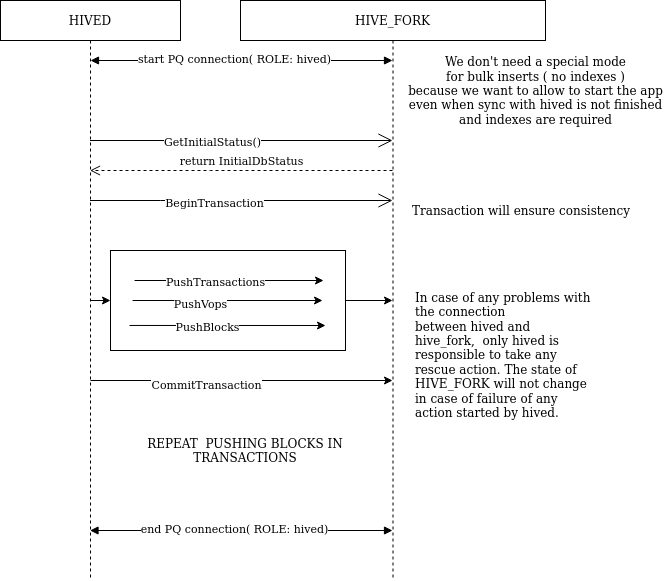
openhive-network/HAfAH keeps this draw.io diagram as doc/start_hived_hivefork.png. Above is the earlier version. Source tidied: cells renumbered, new cells last; positions are measured from the earlier drawing's top-left corner, leaving out a move shared by most shapes.
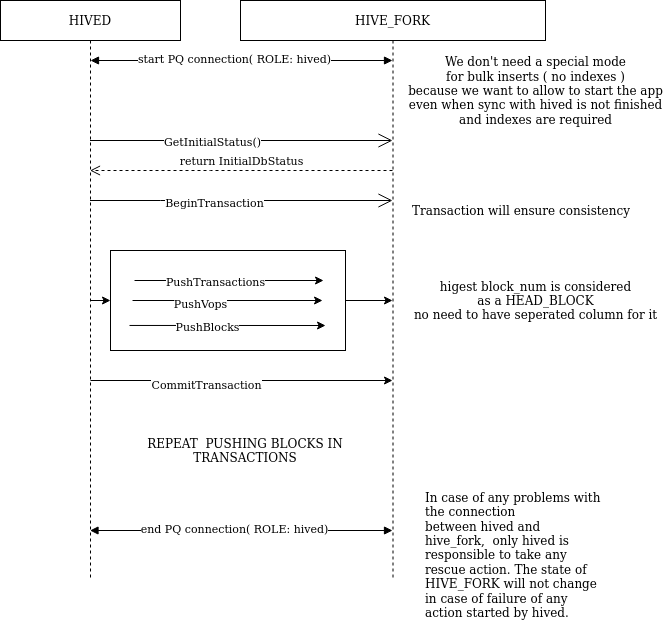
Later version of the same file.

Change to the diagram source:
```diff
@@ -22,7 +22,7 @@
       <mxGeometry x="240" width="305" height="580" as="geometry" />
     </mxCell>
     <mxCell id="7" value="&lt;div&gt;In case of any problems with the connection&lt;br&gt;&lt;/div&gt;&lt;div&gt;between hived and hive_fork,&amp;nbsp; only hived is responsible to take any rescue action. The state of HIVE_FORK will not change in case of failure of any action started by hived.&lt;br&gt;&lt;/div&gt;" style="text;html=1;strokeColor=none;fillColor=none;spacing=5;spacingTop=-20;whiteSpace=wrap;overflow=hidden;rounded=0;align=left;" parent="6" vertex="1">
-      <mxGeometry x="170" y="300" width="190" height="120" as="geometry" />
+      <mxGeometry x="180" y="500" width="190" height="120" as="geometry" />
     </mxCell>
     <mxCell id="8" style="endArrow=open;endFill=1;endSize=12;html=1;" parent="1" edge="1" source="3" target="6">
       <mxGeometry relative="1" as="geometry">
@@ -115,5 +115,8 @@
         <mxPoint x="31" as="offset" />
       </mxGeometry>
     </mxCell>
+    <mxCell id="28" value="&lt;div&gt;higest block_num is considered&lt;/div&gt;&lt;div&gt;as a HEAD_BLOCK&lt;/div&gt;&lt;div&gt;no need to have seperated column for it&lt;br&gt;&lt;/div&gt;" style="text;html=1;align=center;verticalAlign=middle;strokeColor=none;" parent="1" vertex="1">
+      <mxGeometry x="405" y="275" width="260" height="50" as="geometry" />
+    </mxCell>
   </root>
 </mxGraphModel>
```
